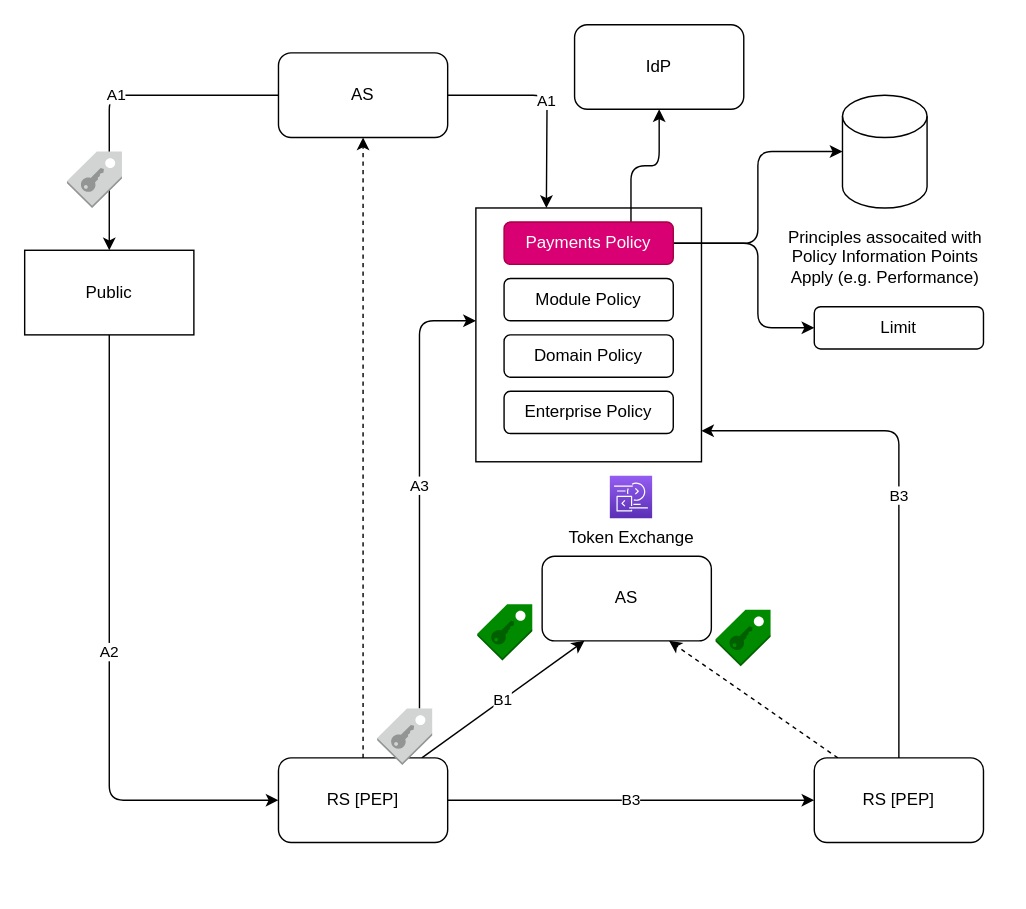
This is page "Page-3" (3 of 5) of Entitlements/policy-domain.drawio from dphhylandwbc/Sandbox, a draw.io file, before an edit. Source tidied: cells renumbered, new cells numbered last; positions are measured from the earlier drawing's top-left corner, leaving out a move shared by most shapes. Both pictures are drawn from the tidied source at 141%, with x=0, y=0 at pixel (24, 24).
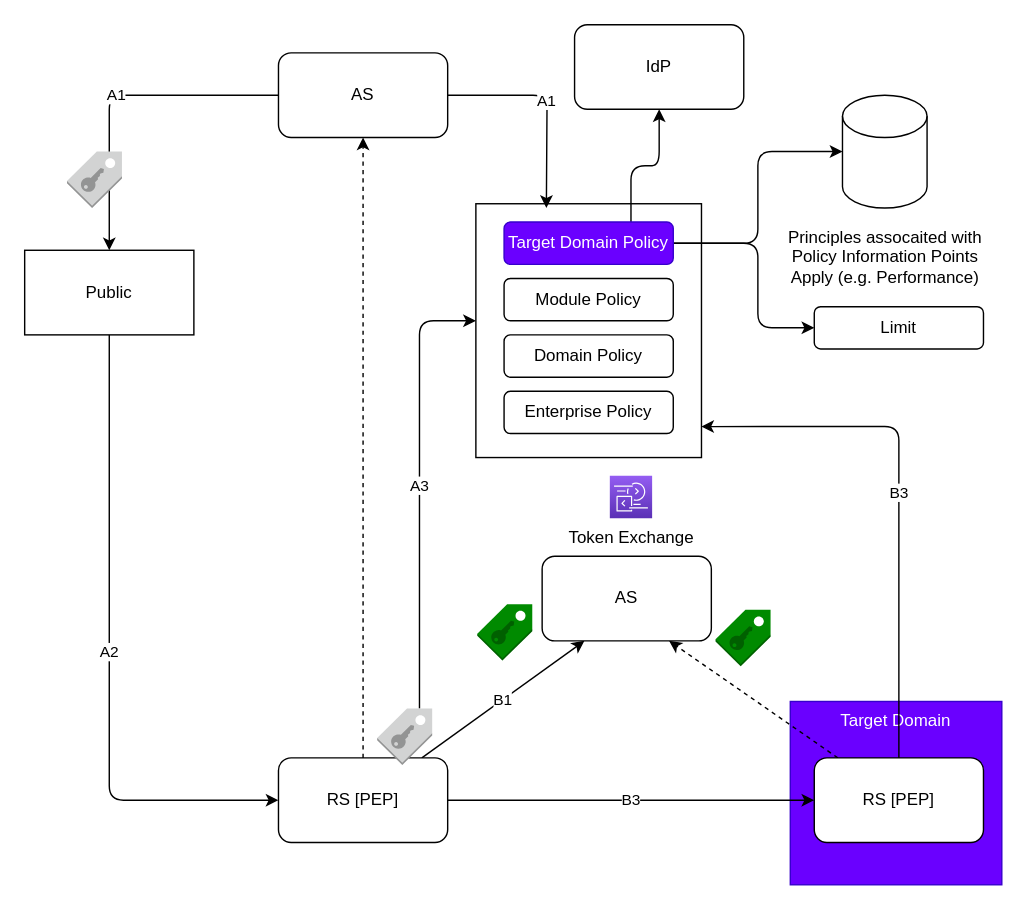
The same page after the edit.

Unchanged cells that the change refers to:
```xml
<mxCell id="26" value="RS [PEP]" style="rounded=1;whiteSpace=wrap;html=1;" parent="1" vertex="1">
  <mxGeometry x="560" y="520" width="120" height="60" as="geometry" />
</mxCell>
```

What changed in the source:
```diff
@@
+    <mxCell id="33" value="Target Domain" style="rounded=0;whiteSpace=wrap;html=1;verticalAlign=top;fillColor=#6a00ff;fontColor=#ffffff;strokeColor=#3700CC;" parent="1" vertex="1">
+      <mxGeometry x="543" y="480" width="150" height="130" as="geometry" />
+    </mxCell>
     <mxCell id="2" style="rounded=0;whiteSpace=wrap;html=1;" parent="1" vertex="1">
-      <mxGeometry x="320" y="130" width="160" height="180" as="geometry" />
+      <mxGeometry x="320" y="127" width="160" height="180" as="geometry" />
     </mxCell>
@@
-    <mxCell id="10" value="Payments Policy" style="rounded=1;whiteSpace=wrap;html=1;fillColor=#d80073;fontColor=#ffffff;strokeColor=#A50040;" parent="1" vertex="1">
+    <mxCell id="10" value="Target Domain Policy" style="rounded=1;whiteSpace=wrap;html=1;fillColor=#6a00ff;fontColor=#ffffff;strokeColor=#3700CC;" parent="1" vertex="1">
       <mxGeometry x="340" y="140" width="120" height="30" as="geometry" />
     </mxCell>
@@
     <mxCell id="24" value="B3" style="edgeStyle=orthogonalEdgeStyle;html=1;entryX=0.999;entryY=0.878;entryDx=0;entryDy=0;entryPerimeter=0;" parent="1" edge="1" source="26" target="2">
       <mxGeometry relative="1" as="geometry">
         <Array as="points">
-          <mxPoint x="620" y="288" />
+          <mxPoint x="620" y="285" />
         </Array>
       </mxGeometry>
     </mxCell>
```
